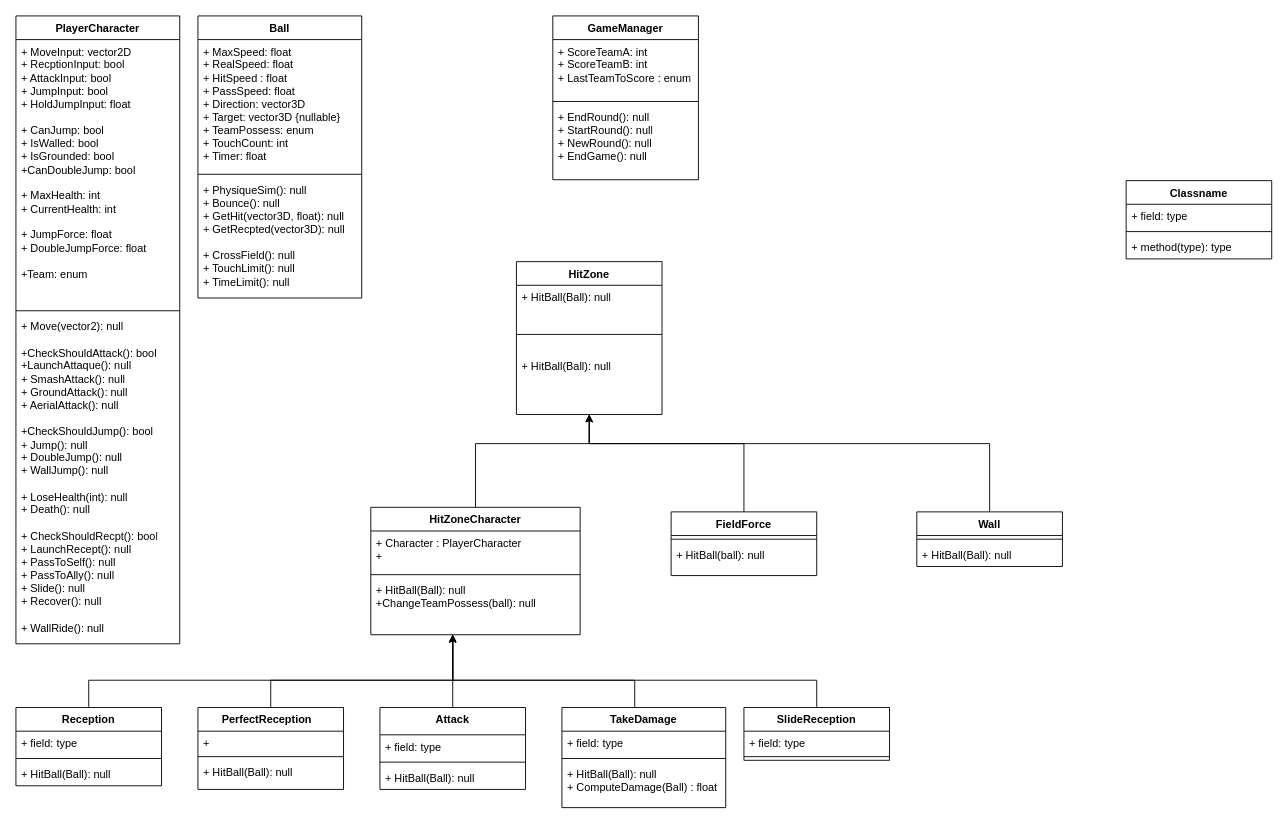
Earlier version of the draw.io diagram Documentation/PFEDocArchiPOC.drawio (KeranLB/VolleyFightPFE). Source tidied: cells renumbered, new cells numbered last; positions are measured from the earlier drawing's top-left corner, leaving out a move shared by most shapes. Both pictures are drawn from the tidied source at 91%, with x=0, y=0 at pixel (15, 15).
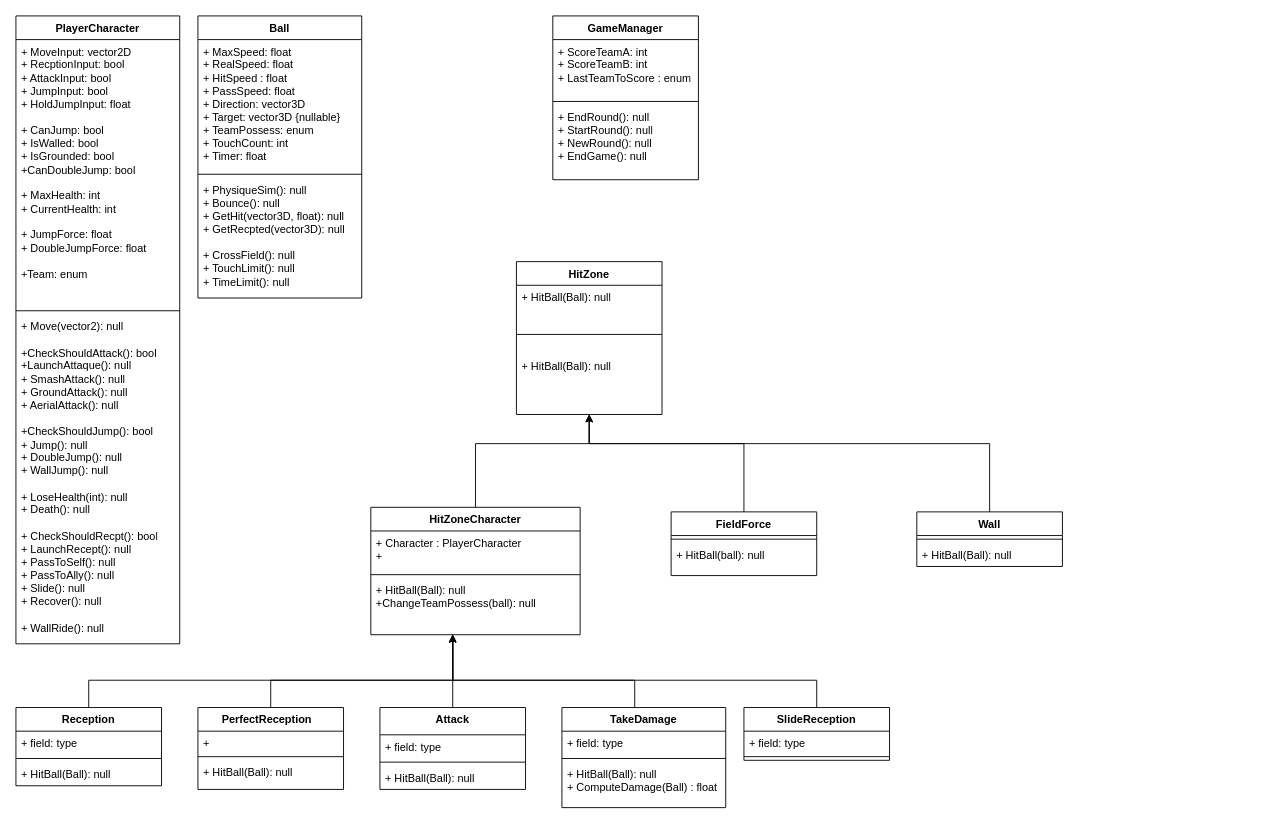
Above is the later version.

Change to the diagram source:
```diff
@@
-    <mxCell id="55" value="Classname" style="swimlane;fontStyle=1;align=center;verticalAlign=top;horizontal=1;startSize=26;whiteSpace=wrap;html=1;" parent="1" vertex="1">
-      <mxGeometry x="1220" y="181" width="160" height="86" as="geometry" />
-    </mxCell>
-    <mxCell id="56" value="+ field: type" style="text;strokeColor=none;fillColor=none;align=left;verticalAlign=top;spacingLeft=4;spacingRight=4;overflow=hidden;whiteSpace=wrap;html=1;" parent="55" vertex="1">
-      <mxGeometry y="26" width="160" height="26" as="geometry" />
-    </mxCell>
-    <mxCell id="57" style="line;strokeWidth=1;fillColor=none;align=left;verticalAlign=middle;spacingTop=-1;spacingLeft=3;spacingRight=3;labelPosition=right;strokeColor=inherit;" parent="55" vertex="1">
-      <mxGeometry y="52" width="160" height="8" as="geometry" />
-    </mxCell>
-    <mxCell id="58" value="+ method(type): type" style="text;strokeColor=none;fillColor=none;align=left;verticalAlign=top;spacingLeft=4;spacingRight=4;overflow=hidden;whiteSpace=wrap;html=1;" parent="55" vertex="1">
-      <mxGeometry y="60" width="160" height="26" as="geometry" />
-    </mxCell>
```
